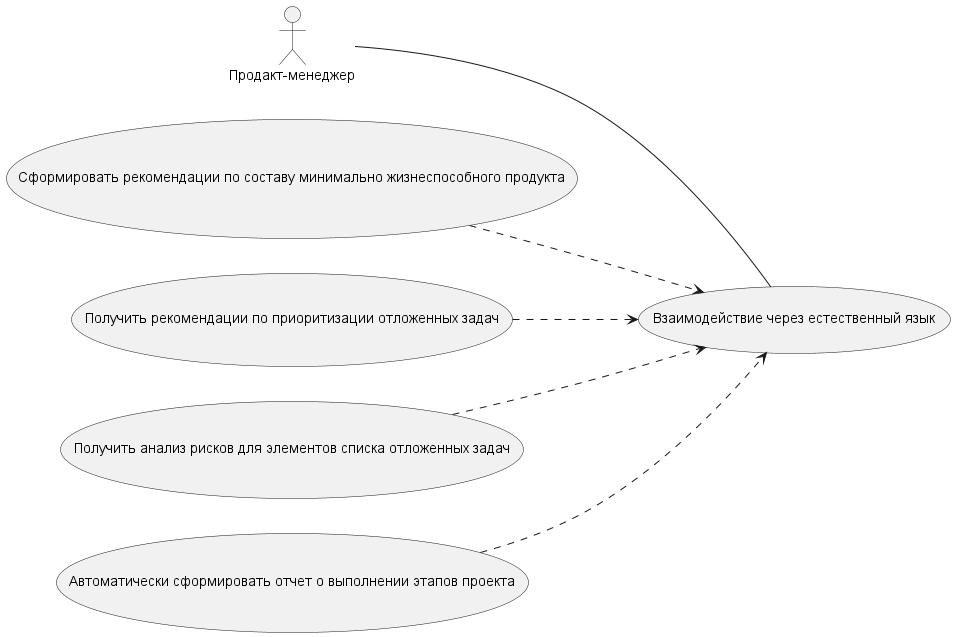
Before: out/documentation/uml/product_manager_use_case/b.png, a diagram exported from PlantUML (Igordeveloperr/Yandex-tracker-MCP). Source of this version:
```plantuml
@startuml b
left to right direction

actor "Продакт-менеджер" as PM

usecase "Сформировать рекомендации по составу минимально жизнеспособного продукта" as UC1
usecase "Получить рекомендации по приоритизации отложенных задач" as UC2
usecase "Получить анализ рисков для элементов списка отложенных задач" as UC3
usecase "Автоматически сформировать отчет о выполнении этапов проекта" as UC4
usecase "Взаимодействие через естественный язык" as UC5

PM -- UC5
UC1 ..> UC5
UC2 ..> UC5
UC3 ..> UC5
UC4 ..> UC5

@enduml
```
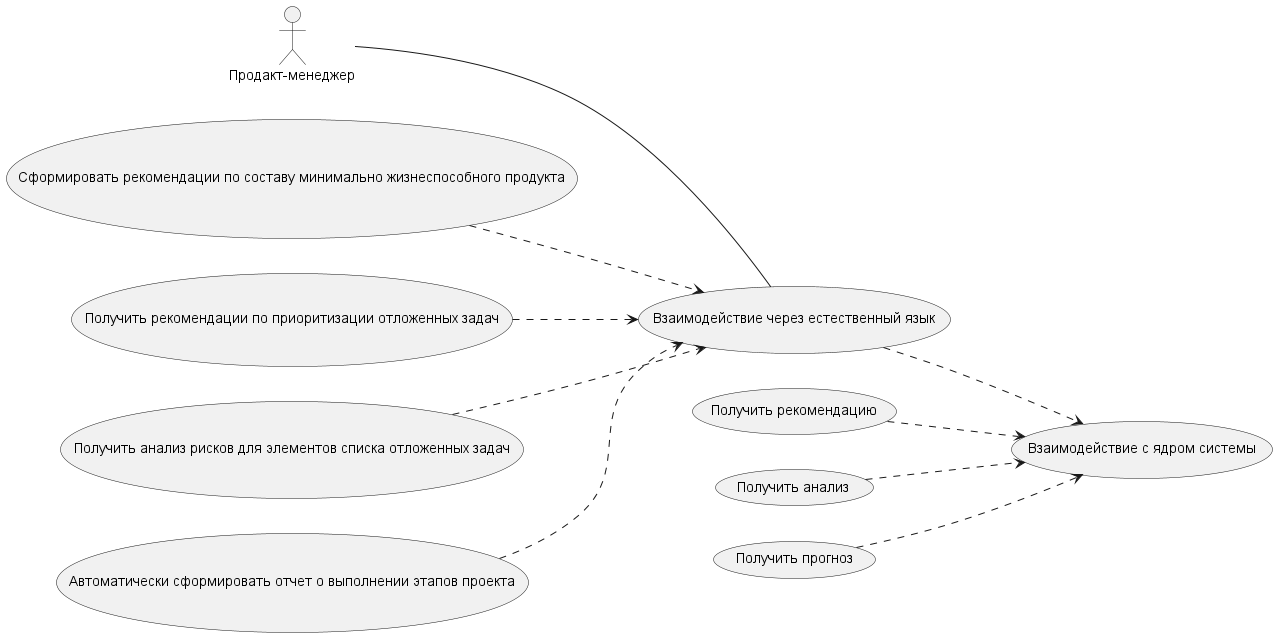
The same file after the commit.

Diff of the diagram source:
```diff
@@ -8,8 +8,16 @@
 usecase "Получить анализ рисков для элементов списка отложенных задач" as UC3
 usecase "Автоматически сформировать отчет о выполнении этапов проекта" as UC4
 usecase "Взаимодействие через естественный язык" as UC5
+usecase "Взаимодействие с ядром системы" as idro
+usecase "Получить рекомендацию" as rek
+usecase "Получить анализ" as analiz
+usecase "Получить прогноз" as prognoz
 
 PM -- UC5
+UC5 ..> idro
+rek ..> idro
+analiz ..> idro
+prognoz ..> idro
 UC1 ..> UC5
 UC2 ..> UC5
 UC3 ..> UC5
```
